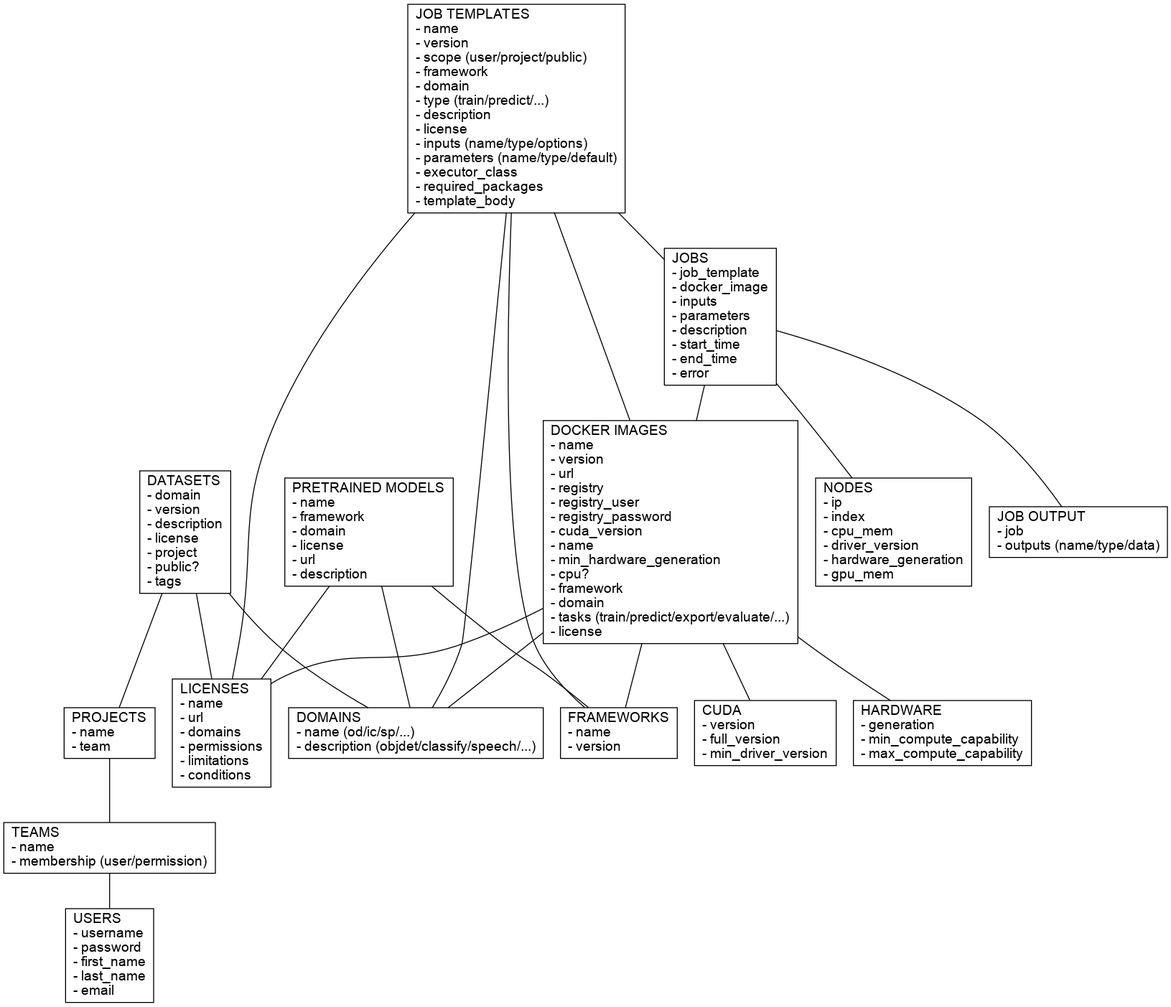
Before: docs/img/api.png, a diagram exported from Graphviz (waikato-ufdl/ufdl-api). Its source is kept beside it as docs/img/api.dot.
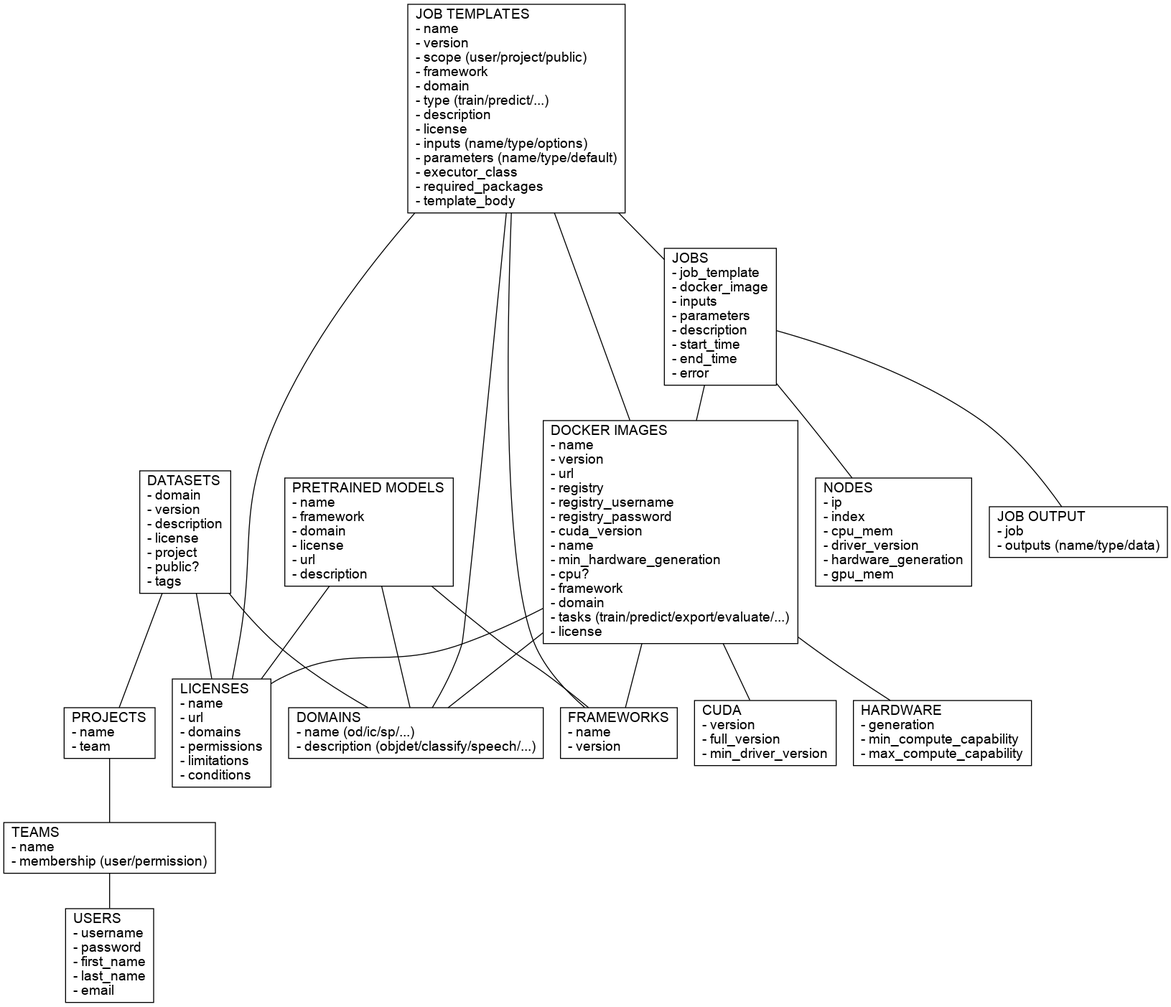
The same file after the commit.

Commit message:
registry_user -> registry_username

Diff of the diagram source:
```diff
@@ -9,7 +9,7 @@
   domains [label = "DOMAINS\l- name (od/ic/sp/...)\l- description (objdet/classify/speech/...)\l"];
 
   cuda [label = "CUDA\l- version\l- full_version\l- min_driver_version"];
-  docker_images [label = "DOCKER IMAGES\l- name\l- version\l- url\l- registry\l- registry_user\l- registry_password\l- cuda_version\l- name\l- min_hardware_generation\l- cpu?\l- framework\l- domain\l- tasks (train/predict/export/evaluate/...)\l- license\l"];
+  docker_images [label = "DOCKER IMAGES\l- name\l- version\l- url\l- registry\l- registry_username\l- registry_password\l- cuda_version\l- name\l- min_hardware_generation\l- cpu?\l- framework\l- domain\l- tasks (train/predict/export/evaluate/...)\l- license\l"];
   frameworks [label = "FRAMEWORKS\l- name\l- version\l"];
   hardware [label = "HARDWARE\l- generation\l- min_compute_capability\l- max_compute_capability\l"];
   nodes [label = "NODES\l- ip\l- index\l- cpu_mem\l- driver_version\l- hardware_generation\l- gpu_mem\l"];
```
